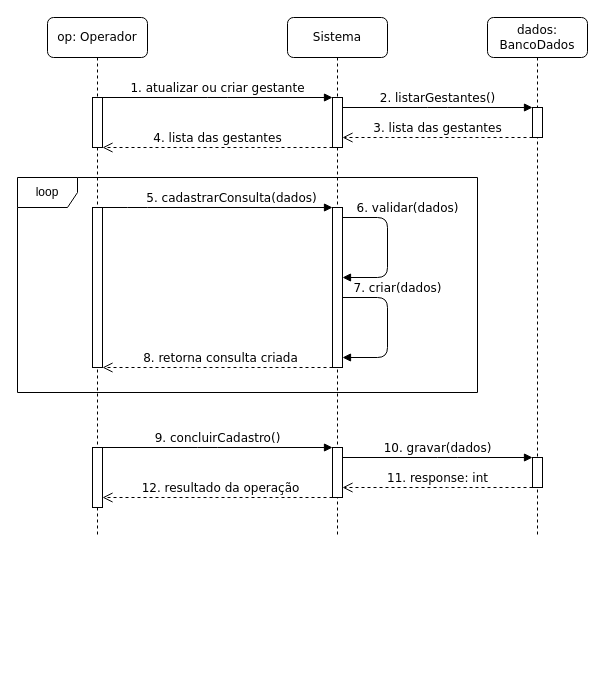
This is page "criarConsulta" (3 of 6) of diagrama de sequencia do sistema.drawio from LuizGustavoNascimeto/draw.io, a draw.io file, before an edit. Source tidied: cells renumbered, new cells numbered last; positions are measured from the earlier drawing's top-left corner, leaving out a move shared by most shapes. Both pictures are drawn from the tidied source at 100%, with x=0, y=0 at pixel (17, 17).
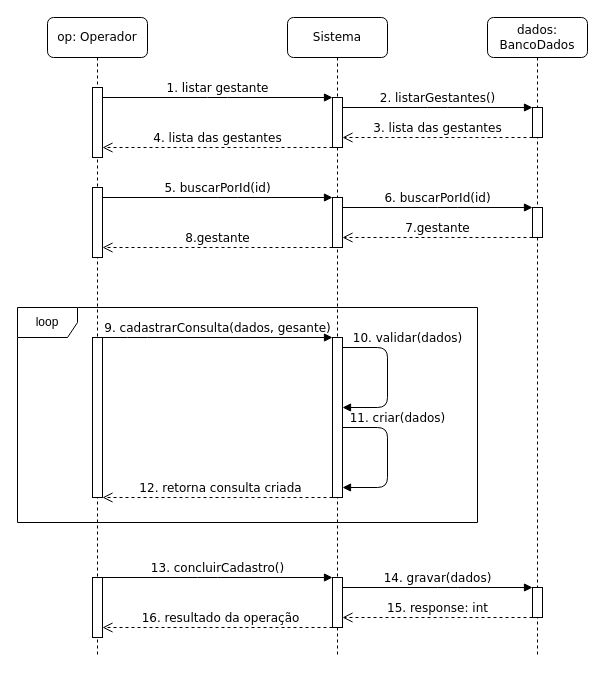
After the change.

Diff of the diagram source:
```diff
@@
+    <mxCell id="8" value="Sistema" style="shape=umlLifeline;perimeter=lifelinePerimeter;whiteSpace=wrap;html=1;rounded=1;shadow=0;comic=0;labelBackgroundColor=none;strokeWidth=1;fontFamily=Verdana;fontSize=12;align=center;" parent="1" vertex="1">
+      <mxGeometry x="270" width="100" height="640" as="geometry" />
+    </mxCell>
+    <mxCell id="9" style="html=1;points=[];perimeter=orthogonalPerimeter;rounded=0;shadow=0;comic=0;labelBackgroundColor=none;strokeWidth=1;fontFamily=Verdana;fontSize=12;align=center;" parent="8" vertex="1">
+      <mxGeometry x="45" y="80" width="10" height="50" as="geometry" />
+    </mxCell>
+    <mxCell id="26" style="html=1;points=[];perimeter=orthogonalPerimeter;rounded=0;shadow=0;comic=0;labelBackgroundColor=none;strokeWidth=1;fontFamily=Verdana;fontSize=12;align=center;" parent="8" vertex="1">
+      <mxGeometry x="45" y="180" width="10" height="50" as="geometry" />
+    </mxCell>
     <mxCell id="2" value="dados: BancoDados" style="shape=umlLifeline;perimeter=lifelinePerimeter;whiteSpace=wrap;html=1;rounded=1;shadow=0;comic=0;labelBackgroundColor=none;strokeWidth=1;fontFamily=Verdana;fontSize=12;align=center;" parent="1" vertex="1">
-      <mxGeometry x="470" width="100" height="520" as="geometry" />
+      <mxGeometry x="470" width="100" height="640" as="geometry" />
     </mxCell>
@@
+    <mxCell id="27" style="html=1;points=[];perimeter=orthogonalPerimeter;rounded=0;shadow=0;comic=0;labelBackgroundColor=none;strokeWidth=1;fontFamily=Verdana;fontSize=12;align=center;" parent="2" vertex="1">
+      <mxGeometry x="45" y="190" width="10" height="30" as="geometry" />
+    </mxCell>
     <mxCell id="4" value="op: Operador" style="shape=umlLifeline;perimeter=lifelinePerimeter;whiteSpace=wrap;html=1;rounded=1;shadow=0;comic=0;labelBackgroundColor=none;strokeWidth=1;fontFamily=Verdana;fontSize=12;align=center;" parent="1" vertex="1">
-      <mxGeometry x="30" width="100" height="520" as="geometry" />
+      <mxGeometry x="30" width="100" height="640" as="geometry" />
     </mxCell>
     <mxCell id="5" style="html=1;points=[];perimeter=orthogonalPerimeter;rounded=0;shadow=0;comic=0;labelBackgroundColor=none;strokeWidth=1;fontFamily=Verdana;fontSize=12;align=center;" parent="4" vertex="1">
-      <mxGeometry x="45" y="80" width="10" height="50" as="geometry" />
+      <mxGeometry x="45" y="70" width="10" height="70" as="geometry" />
     </mxCell>
     <mxCell id="6" style="html=1;points=[];perimeter=orthogonalPerimeter;rounded=0;shadow=0;comic=0;labelBackgroundColor=none;strokeWidth=1;fontFamily=Verdana;fontSize=12;align=center;" parent="4" vertex="1">
-      <mxGeometry x="45" y="430" width="10" height="60" as="geometry" />
+      <mxGeometry x="45" y="560" width="10" height="60" as="geometry" />
     </mxCell>
-    <mxCell id="7" value="&lt;div&gt;1. atualizar ou criar gestante&lt;br&gt;&lt;/div&gt;" style="html=1;verticalAlign=bottom;endArrow=block;labelBackgroundColor=none;fontFamily=Verdana;fontSize=12;edgeStyle=elbowEdgeStyle;elbow=vertical;" parent="1" edge="1" source="5" target="9">
-      <mxGeometry relative="1" as="geometry">
-        <Array as="points">
-          <mxPoint x="200" y="80" />
-        </Array>
-      </mxGeometry>
-    </mxCell>
-    <mxCell id="8" value="Sistema" style="shape=umlLifeline;perimeter=lifelinePerimeter;whiteSpace=wrap;html=1;rounded=1;shadow=0;comic=0;labelBackgroundColor=none;strokeWidth=1;fontFamily=Verdana;fontSize=12;align=center;" parent="1" vertex="1">
-      <mxGeometry x="270" width="100" height="520" as="geometry" />
-    </mxCell>
-    <mxCell id="9" style="html=1;points=[];perimeter=orthogonalPerimeter;rounded=0;shadow=0;comic=0;labelBackgroundColor=none;strokeWidth=1;fontFamily=Verdana;fontSize=12;align=center;" parent="8" vertex="1">
-      <mxGeometry x="45" y="80" width="10" height="50" as="geometry" />
-    </mxCell>
-    <mxCell id="10" style="html=1;points=[];perimeter=orthogonalPerimeter;rounded=0;shadow=0;comic=0;labelBackgroundColor=none;strokeWidth=1;fontFamily=Verdana;fontSize=12;align=center;" parent="8" vertex="1">
-      <mxGeometry x="45" y="430" width="10" height="50" as="geometry" />
+    <mxCell id="10" style="html=1;points=[];perimeter=orthogonalPerimeter;rounded=0;shadow=0;comic=0;labelBackgroundColor=none;strokeWidth=1;fontFamily=Verdana;fontSize=12;align=center;" parent="4" vertex="1">
+      <mxGeometry x="285" y="560" width="10" height="50" as="geometry" />
     </mxCell>
-    <mxCell id="11" value="10. gravar(dados)" style="html=1;verticalAlign=bottom;endArrow=block;labelBackgroundColor=none;fontFamily=Verdana;fontSize=12;edgeStyle=elbowEdgeStyle;elbow=vertical;" parent="8" edge="1" source="10" target="13">
+    <mxCell id="11" value="14. gravar(dados)" style="html=1;verticalAlign=bottom;endArrow=block;labelBackgroundColor=none;fontFamily=Verdana;fontSize=12;edgeStyle=elbowEdgeStyle;elbow=vertical;" parent="4" edge="1" source="10" target="13">
       <mxGeometry relative="1" as="geometry">
         <Array as="points">
-          <mxPoint x="160" y="440" />
+          <mxPoint x="400" y="570" />
         </Array>
       </mxGeometry>
     </mxCell>
-    <mxCell id="12" value="11. response: int" style="html=1;verticalAlign=bottom;endArrow=open;dashed=1;endSize=8;labelBackgroundColor=none;fontFamily=Verdana;fontSize=12;edgeStyle=elbowEdgeStyle;elbow=vertical;" parent="8" edge="1" source="13" target="10">
+    <mxCell id="12" value="15. response: int" style="html=1;verticalAlign=bottom;endArrow=open;dashed=1;endSize=8;labelBackgroundColor=none;fontFamily=Verdana;fontSize=12;edgeStyle=elbowEdgeStyle;elbow=vertical;" parent="4" edge="1" source="13" target="10">
       <mxGeometry relative="1" as="geometry">
         <Array as="points">
-          <mxPoint x="170" y="470" />
+          <mxPoint x="410" y="600" />
         </Array>
       </mxGeometry>
     </mxCell>
-    <mxCell id="13" style="html=1;points=[];perimeter=orthogonalPerimeter;rounded=0;shadow=0;comic=0;labelBackgroundColor=none;strokeWidth=1;fontFamily=Verdana;fontSize=12;align=center;" parent="8" vertex="1">
-      <mxGeometry x="245" y="440" width="10" height="30" as="geometry" />
+    <mxCell id="13" style="html=1;points=[];perimeter=orthogonalPerimeter;rounded=0;shadow=0;comic=0;labelBackgroundColor=none;strokeWidth=1;fontFamily=Verdana;fontSize=12;align=center;" parent="4" vertex="1">
+      <mxGeometry x="485" y="570" width="10" height="30" as="geometry" />
     </mxCell>
-    <mxCell id="14" style="html=1;points=[];perimeter=orthogonalPerimeter;rounded=0;shadow=0;comic=0;labelBackgroundColor=none;strokeWidth=1;fontFamily=Verdana;fontSize=12;align=center;" parent="8" vertex="1">
-      <mxGeometry x="45" y="190" width="10" height="160" as="geometry" />
+    <mxCell id="14" style="html=1;points=[];perimeter=orthogonalPerimeter;rounded=0;shadow=0;comic=0;labelBackgroundColor=none;strokeWidth=1;fontFamily=Verdana;fontSize=12;align=center;" parent="4" vertex="1">
+      <mxGeometry x="285" y="320" width="10" height="160" as="geometry" />
     </mxCell>
-    <mxCell id="15" value="6. validar(dados)" style="html=1;verticalAlign=bottom;endArrow=block;labelBackgroundColor=none;fontFamily=Verdana;fontSize=12;edgeStyle=elbowEdgeStyle;elbow=horizontal;" parent="8" edge="1">
+    <mxCell id="15" value="10. validar(dados)" style="html=1;verticalAlign=bottom;endArrow=block;labelBackgroundColor=none;fontFamily=Verdana;fontSize=12;edgeStyle=elbowEdgeStyle;elbow=horizontal;" parent="4" edge="1">
       <mxGeometry x="-0.4" y="20" relative="1" as="geometry">
-        <mxPoint x="55" y="200" as="sourcePoint" />
-        <mxPoint x="55" y="260" as="targetPoint" />
+        <mxPoint x="295" y="330" as="sourcePoint" />
+        <mxPoint x="295" y="390" as="targetPoint" />
         <Array as="points">
-          <mxPoint x="100" y="200" />
+          <mxPoint x="340" y="330" />
         </Array>
       </mxGeometry>
     </mxCell>
-    <mxCell id="16" value="7. criar(dados)" style="html=1;verticalAlign=bottom;endArrow=block;labelBackgroundColor=none;fontFamily=Verdana;fontSize=12;edgeStyle=elbowEdgeStyle;elbow=horizontal;" parent="8" edge="1">
+    <mxCell id="16" value="11. criar(dados)" style="html=1;verticalAlign=bottom;endArrow=block;labelBackgroundColor=none;fontFamily=Verdana;fontSize=12;edgeStyle=elbowEdgeStyle;elbow=horizontal;" parent="4" edge="1">
       <mxGeometry x="-0.4" y="10" relative="1" as="geometry">
-        <mxPoint x="55" y="280" as="sourcePoint" />
-        <mxPoint x="55" y="340" as="targetPoint" />
+        <mxPoint x="295" y="410" as="sourcePoint" />
+        <mxPoint x="295" y="470" as="targetPoint" />
         <Array as="points">
-          <mxPoint x="100" y="340" />
+          <mxPoint x="340" y="470" />
         </Array>
       </mxGeometry>
     </mxCell>
-    <mxCell id="17" style="html=1;points=[];perimeter=orthogonalPerimeter;rounded=0;shadow=0;comic=0;labelBackgroundColor=none;strokeWidth=1;fontFamily=Verdana;fontSize=12;align=center;" parent="8" vertex="1">
-      <mxGeometry x="-195" y="190" width="10" height="160" as="geometry" />
+    <mxCell id="17" style="html=1;points=[];perimeter=orthogonalPerimeter;rounded=0;shadow=0;comic=0;labelBackgroundColor=none;strokeWidth=1;fontFamily=Verdana;fontSize=12;align=center;" parent="4" vertex="1">
+      <mxGeometry x="45" y="320" width="10" height="160" as="geometry" />
     </mxCell>
-    <mxCell id="18" value="8. retorna consulta criada" style="html=1;verticalAlign=bottom;endArrow=open;dashed=1;endSize=8;labelBackgroundColor=none;fontFamily=Verdana;fontSize=12;edgeStyle=elbowEdgeStyle;elbow=vertical;" parent="8" edge="1" source="14" target="17">
+    <mxCell id="18" value="12. retorna consulta criada" style="html=1;verticalAlign=bottom;endArrow=open;dashed=1;endSize=8;labelBackgroundColor=none;fontFamily=Verdana;fontSize=12;edgeStyle=elbowEdgeStyle;elbow=vertical;" parent="4" edge="1" source="14" target="17">
       <mxGeometry x="-0.03" relative="1" as="geometry">
         <Array as="points">
-          <mxPoint x="-90" y="350" />
+          <mxPoint x="150" y="480" />
         </Array>
       </mxGeometry>
     </mxCell>
-    <mxCell id="19" value="5. cadastrarConsulta(dados)" style="html=1;verticalAlign=bottom;endArrow=block;labelBackgroundColor=none;fontFamily=Verdana;fontSize=12;edgeStyle=elbowEdgeStyle;elbow=vertical;" parent="8" edge="1" source="17" target="14">
-      <mxGeometry x="0.12" relative="1" as="geometry">
+    <mxCell id="19" value="9. cadastrarConsulta(dados, gesante)" style="html=1;verticalAlign=bottom;endArrow=block;labelBackgroundColor=none;fontFamily=Verdana;fontSize=12;edgeStyle=elbowEdgeStyle;elbow=vertical;" parent="4" edge="1" source="17" target="14">
+      <mxGeometry relative="1" as="geometry">
         <Array as="points">
-          <mxPoint x="-150" y="190" />
+          <mxPoint x="90" y="320" />
         </Array>
       </mxGeometry>
     </mxCell>
+    <mxCell id="23" value="loop" style="shape=umlFrame;whiteSpace=wrap;html=1;" parent="4" vertex="1">
+      <mxGeometry x="-30" y="290" width="460" height="215" as="geometry" />
+    </mxCell>
+    <mxCell id="24" value="&lt;div&gt;13. concluirCadastro()&lt;br&gt;&lt;/div&gt;" style="html=1;verticalAlign=bottom;endArrow=block;labelBackgroundColor=none;fontFamily=Verdana;fontSize=12;edgeStyle=elbowEdgeStyle;elbow=vertical;" parent="4" edge="1" source="6" target="10">
+      <mxGeometry relative="1" as="geometry">
+        <Array as="points">
+          <mxPoint x="160" y="560" />
+        </Array>
+      </mxGeometry>
+    </mxCell>
+    <mxCell id="25" value="16. resultado da operação" style="html=1;verticalAlign=bottom;endArrow=open;dashed=1;endSize=8;labelBackgroundColor=none;fontFamily=Verdana;fontSize=12;edgeStyle=elbowEdgeStyle;elbow=vertical;" parent="4" edge="1" source="10" target="6">
+      <mxGeometry x="-0.03" relative="1" as="geometry">
+        <Array as="points">
+          <mxPoint x="170" y="610" />
+        </Array>
+      </mxGeometry>
+    </mxCell>
+    <mxCell id="28" style="html=1;points=[];perimeter=orthogonalPerimeter;rounded=0;shadow=0;comic=0;labelBackgroundColor=none;strokeWidth=1;fontFamily=Verdana;fontSize=12;align=center;" parent="4" vertex="1">
+      <mxGeometry x="45" y="170" width="10" height="70" as="geometry" />
+    </mxCell>
+    <mxCell id="7" value="&lt;div&gt;1. listar gestante&lt;br&gt;&lt;/div&gt;" style="html=1;verticalAlign=bottom;endArrow=block;labelBackgroundColor=none;fontFamily=Verdana;fontSize=12;edgeStyle=elbowEdgeStyle;elbow=vertical;" parent="1" edge="1" source="5" target="9">
+      <mxGeometry relative="1" as="geometry">
+        <Array as="points">
+          <mxPoint x="200" y="80" />
+        </Array>
+      </mxGeometry>
+    </mxCell>
@@
-    <mxCell id="23" value="loop" style="shape=umlFrame;whiteSpace=wrap;html=1;" parent="1" vertex="1">
-      <mxGeometry y="160" width="460" height="215" as="geometry" />
-    </mxCell>
-    <mxCell id="24" value="&lt;div&gt;9. concluirCadastro()&lt;br&gt;&lt;/div&gt;" style="html=1;verticalAlign=bottom;endArrow=block;labelBackgroundColor=none;fontFamily=Verdana;fontSize=12;edgeStyle=elbowEdgeStyle;elbow=vertical;" parent="1" edge="1" source="6" target="10">
-      <mxGeometry relative="1" as="geometry">
-        <Array as="points">
-          <mxPoint x="190" y="430" />
-        </Array>
-      </mxGeometry>
-    </mxCell>
-    <mxCell id="25" value="12. resultado da operação" style="html=1;verticalAlign=bottom;endArrow=open;dashed=1;endSize=8;labelBackgroundColor=none;fontFamily=Verdana;fontSize=12;edgeStyle=elbowEdgeStyle;elbow=vertical;" parent="1" edge="1" source="10" target="6">
-      <mxGeometry x="-0.03" relative="1" as="geometry">
-        <Array as="points">
-          <mxPoint x="200" y="480" />
-        </Array>
-      </mxGeometry>
-    </mxCell>
+    <mxCell id="29" value="&lt;div&gt;5. buscarPorId(id)&lt;br&gt;&lt;/div&gt;" style="html=1;verticalAlign=bottom;endArrow=block;labelBackgroundColor=none;fontFamily=Verdana;fontSize=12;edgeStyle=elbowEdgeStyle;elbow=vertical;" parent="1" edge="1" source="28" target="26">
+      <mxGeometry relative="1" as="geometry">
+        <Array as="points">
+          <mxPoint x="210" y="180" />
+        </Array>
+      </mxGeometry>
+    </mxCell>
+    <mxCell id="30" value="&lt;div&gt;6. buscarPorId(id)&lt;br&gt;&lt;/div&gt;" style="html=1;verticalAlign=bottom;endArrow=block;labelBackgroundColor=none;fontFamily=Verdana;fontSize=12;edgeStyle=elbowEdgeStyle;elbow=vertical;" parent="1" edge="1" source="26" target="27">
+      <mxGeometry relative="1" as="geometry">
+        <Array as="points">
+          <mxPoint x="430" y="190" />
+        </Array>
+      </mxGeometry>
+    </mxCell>
+    <mxCell id="31" value="7.gestante" style="html=1;verticalAlign=bottom;endArrow=open;dashed=1;endSize=8;labelBackgroundColor=none;fontFamily=Verdana;fontSize=12;edgeStyle=elbowEdgeStyle;elbow=vertical;" parent="1" edge="1" source="27" target="26">
+      <mxGeometry relative="1" as="geometry">
+        <Array as="points">
+          <mxPoint x="420" y="220" />
+        </Array>
+      </mxGeometry>
+    </mxCell>
+    <mxCell id="32" value="8.gestante" style="html=1;verticalAlign=bottom;endArrow=open;dashed=1;endSize=8;labelBackgroundColor=none;fontFamily=Verdana;fontSize=12;edgeStyle=elbowEdgeStyle;elbow=vertical;" parent="1" edge="1" source="26" target="28">
+      <mxGeometry relative="1" as="geometry">
+        <Array as="points">
+          <mxPoint x="220" y="230" />
+        </Array>
+      </mxGeometry>
+    </mxCell>
```
